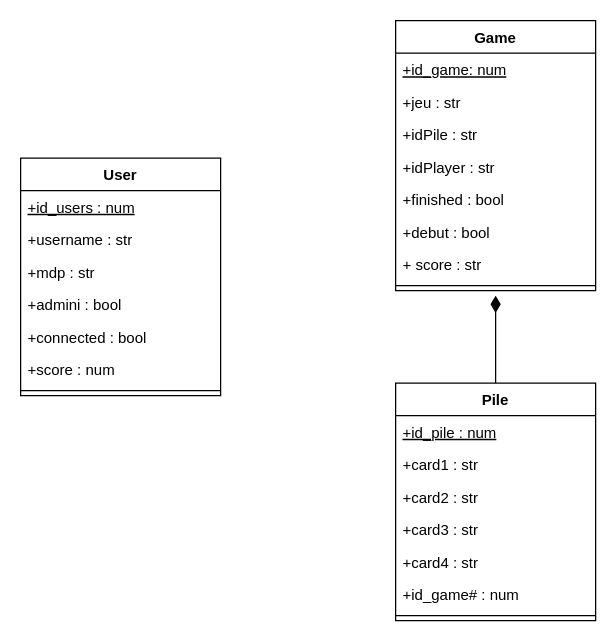
Earlier version of the draw.io diagram Diagrams/MPD.drawio (MailineN/ProjetInfo2A). Source tidied: cells renumbered, new cells numbered last; positions are measured from the earlier drawing's top-left corner, leaving out a move shared by most shapes. Both pictures are drawn from the tidied source at 125%, with x=0, y=0 at pixel (20, 20).
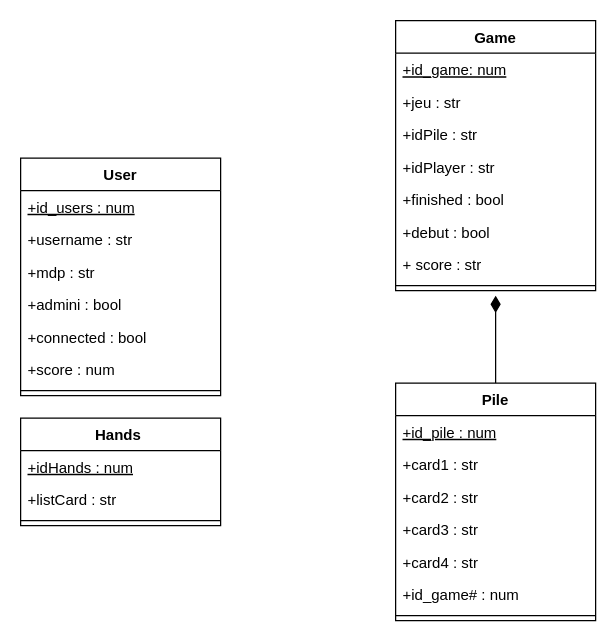
The same diagram, later.

Change to the diagram source:
```diff
@@
+    <mxCell id="28" value="Hands " style="swimlane;fontStyle=1;align=center;verticalAlign=top;horizontal=1;startSize=26;" parent="1" vertex="1">
+      <mxGeometry y="318" width="160" height="86" as="geometry" />
+    </mxCell>
+    <mxCell id="29" value="+idHands : num" style="text;strokeColor=none;fillColor=none;align=left;verticalAlign=top;spacingLeft=4;spacingRight=4;overflow=hidden;fontStyle=4;" parent="28" vertex="1">
+      <mxGeometry y="26" width="160" height="26" as="geometry" />
+    </mxCell>
+    <mxCell id="30" value="+listCard : str" style="text;strokeColor=none;fillColor=none;align=left;verticalAlign=top;spacingLeft=4;spacingRight=4;overflow=hidden;" parent="28" vertex="1">
+      <mxGeometry y="52" width="160" height="26" as="geometry" />
+    </mxCell>
+    <mxCell id="31" style="line;strokeWidth=1;fillColor=none;align=left;verticalAlign=middle;spacingTop=-1;spacingLeft=3;spacingRight=3;labelPosition=right;" parent="28" vertex="1">
+      <mxGeometry y="78" width="160" height="8" as="geometry" />
+    </mxCell>
```
